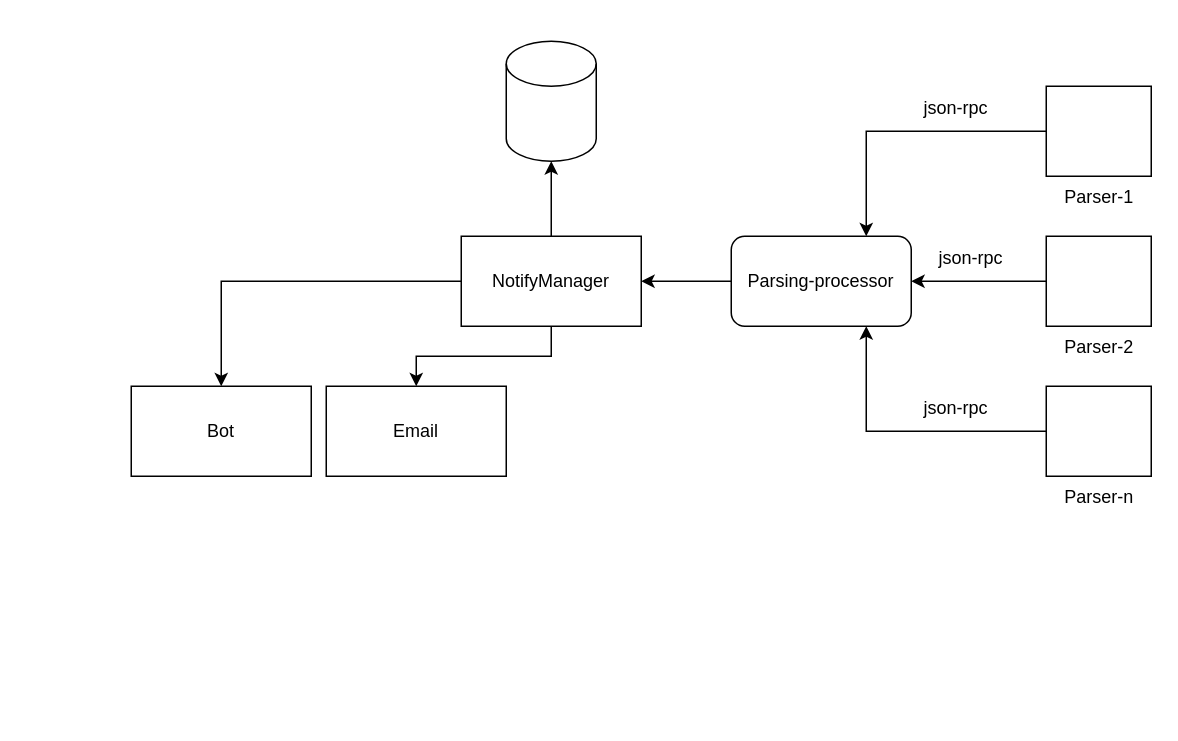
VOsipenkov/Nuclear-bot-doc keeps this draw.io diagram as details.drawio. Above is the earlier version. Source tidied: cells renumbered, new cells numbered last; positions are measured from the earlier drawing's top-left corner, leaving out a move shared by most shapes. Both pictures are drawn from the tidied source at 150%, with x=0, y=0 at pixel (130, 40).
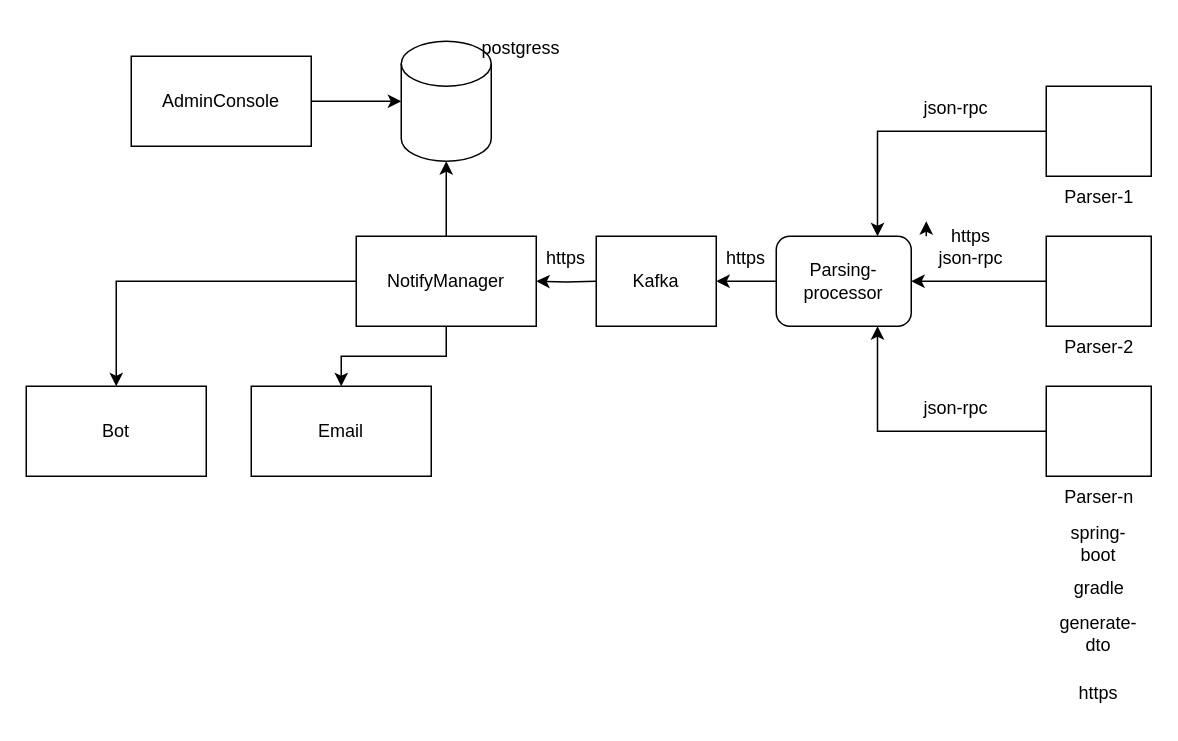
The same diagram, later.

Commit message:
Updated details diagram

The change refers to these unchanged cells:
```xml
<mxCell id="18" value="json-rpc" style="text;html=1;strokeColor=none;fillColor=none;align=center;verticalAlign=middle;whiteSpace=wrap;rounded=0;" parent="1" vertex="1">
  <mxGeometry x="530" y="130" width="60" height="30" as="geometry" />
</mxCell>
```

The edit, as a diff of the source:
```diff
@@
-    <mxCell id="8" style="edgeStyle=orthogonalEdgeStyle;rounded=0;jettySize=auto;html=1;exitX=0;exitY=0.5;exitDx=0;exitDy=0;entryX=1;entryY=0.5;entryDx=0;entryDy=0;" parent="1" edge="1" source="9" target="13">
-      <mxGeometry relative="1" as="geometry" />
+    <mxCell id="8" style="edgeStyle=orthogonalEdgeStyle;rounded=0;jettySize=auto;html=1;entryX=1;entryY=0.5;entryDx=0;entryDy=0;" parent="1" edge="1" target="13">
+      <mxGeometry relative="1" as="geometry">
+        <mxPoint x="310" y="160" as="sourcePoint" />
+      </mxGeometry>
     </mxCell>
+    <mxCell id="20" style="edgeStyle=orthogonalEdgeStyle;rounded=0;jettySize=auto;html=1;entryX=1;entryY=0.5;entryDx=0;entryDy=0;" parent="1" edge="1" source="9" target="26">
+      <mxGeometry relative="1" as="geometry" />
+    </mxCell>
     <mxCell id="9" value="Parsing-processor" style="rounded=1;whiteSpace=wrap;html=1;" parent="1" vertex="1">
-      <mxGeometry x="400" y="130" width="120" height="60" as="geometry" />
+      <mxGeometry x="430" y="130" width="90" height="60" as="geometry" />
     </mxCell>
@@
     <mxCell id="13" value="NotifyManager" style="rounded=0;whiteSpace=wrap;html=1;" parent="1" vertex="1">
-      <mxGeometry x="220" y="130" width="120" height="60" as="geometry" />
+      <mxGeometry x="150" y="130" width="120" height="60" as="geometry" />
     </mxCell>
     <mxCell id="14" value="Bot" style="rounded=0;whiteSpace=wrap;html=1;" parent="1" vertex="1">
-      <mxGeometry y="230" width="120" height="60" as="geometry" />
+      <mxGeometry x="-70" y="230" width="120" height="60" as="geometry" />
     </mxCell>
     <mxCell id="15" value="Email" style="rounded=0;whiteSpace=wrap;html=1;" parent="1" vertex="1">
-      <mxGeometry x="130" y="230" width="120" height="60" as="geometry" />
+      <mxGeometry x="80" y="230" width="120" height="60" as="geometry" />
     </mxCell>
     <mxCell id="16" style="shape=cylinder3;whiteSpace=wrap;html=1;boundedLbl=1;backgroundOutline=1;size=15;" parent="1" vertex="1">
-      <mxGeometry x="250" width="60" height="80" as="geometry" />
+      <mxGeometry x="180" width="60" height="80" as="geometry" />
     </mxCell>
@@
+    <mxCell id="21" style="edgeStyle=orthogonalEdgeStyle;rounded=0;jettySize=auto;html=1;exitX=0;exitY=0;exitDx=0;exitDy=0;" parent="1" edge="1" source="18">
+      <mxGeometry relative="1" as="geometry">
+        <mxPoint x="530" y="120" as="targetPoint" />
+      </mxGeometry>
+    </mxCell>
@@
+    <mxCell id="22" value="spring-boot" style="text;html=1;strokeColor=none;fillColor=none;align=center;verticalAlign=middle;whiteSpace=wrap;rounded=0;" parent="1" vertex="1">
+      <mxGeometry x="615" y="320" width="60" height="30" as="geometry" />
+    </mxCell>
+    <mxCell id="23" value="gradle" style="text;html=1;align=center;verticalAlign=middle;fillColor=none;strokeColor=none;rounded=0;" parent="1" vertex="1">
+      <mxGeometry x="615" y="350" width="60" height="30" as="geometry" />
+    </mxCell>
+    <mxCell id="24" value="generate-dto" style="text;html=1;strokeColor=none;fillColor=none;align=center;verticalAlign=middle;whiteSpace=wrap;rounded=0;" parent="1" vertex="1">
+      <mxGeometry x="615" y="380" width="60" height="30" as="geometry" />
+    </mxCell>
+    <mxCell id="25" value="https" style="text;html=1;strokeColor=none;fillColor=none;align=center;verticalAlign=middle;whiteSpace=wrap;rounded=0;" parent="1" vertex="1">
+      <mxGeometry x="615" y="420" width="60" height="30" as="geometry" />
+    </mxCell>
+    <mxCell id="26" style="rounded=0;whiteSpace=wrap;html=1;" parent="1" vertex="1">
+      <mxGeometry x="310" y="130" width="80" height="60" as="geometry" />
+    </mxCell>
+    <mxCell id="27" value="Kafka" style="text;html=1;strokeColor=none;fillColor=none;align=center;verticalAlign=middle;whiteSpace=wrap;rounded=0;" parent="1" vertex="1">
+      <mxGeometry x="320" y="145" width="60" height="30" as="geometry" />
+    </mxCell>
+    <mxCell id="28" value="https" style="text;html=1;strokeColor=none;fillColor=none;align=center;verticalAlign=middle;whiteSpace=wrap;rounded=0;" parent="1" vertex="1">
+      <mxGeometry x="380" y="130" width="60" height="30" as="geometry" />
+    </mxCell>
+    <mxCell id="29" value="https" style="text;html=1;strokeColor=none;fillColor=none;align=center;verticalAlign=middle;whiteSpace=wrap;rounded=0;" parent="1" vertex="1">
+      <mxGeometry x="530" y="115" width="60" height="30" as="geometry" />
+    </mxCell>
+    <mxCell id="30" value="https" style="text;html=1;strokeColor=none;fillColor=none;align=center;verticalAlign=middle;whiteSpace=wrap;rounded=0;" parent="1" vertex="1">
+      <mxGeometry x="260" y="130" width="60" height="30" as="geometry" />
+    </mxCell>
+    <mxCell id="31" style="edgeStyle=orthogonalEdgeStyle;rounded=0;jettySize=auto;html=1;entryX=0;entryY=0.5;entryDx=0;entryDy=0;entryPerimeter=0;" parent="1" edge="1" source="32" target="16">
+      <mxGeometry relative="1" as="geometry" />
+    </mxCell>
+    <mxCell id="32" value="AdminConsole" style="rounded=0;whiteSpace=wrap;html=1;" parent="1" vertex="1">
+      <mxGeometry y="10" width="120" height="60" as="geometry" />
+    </mxCell>
+    <mxCell id="33" value="postgress" style="text;html=1;strokeColor=none;fillColor=none;align=center;verticalAlign=middle;whiteSpace=wrap;rounded=0;" parent="1" vertex="1">
+      <mxGeometry x="230" y="-10" width="60" height="30" as="geometry" />
+    </mxCell>
```
